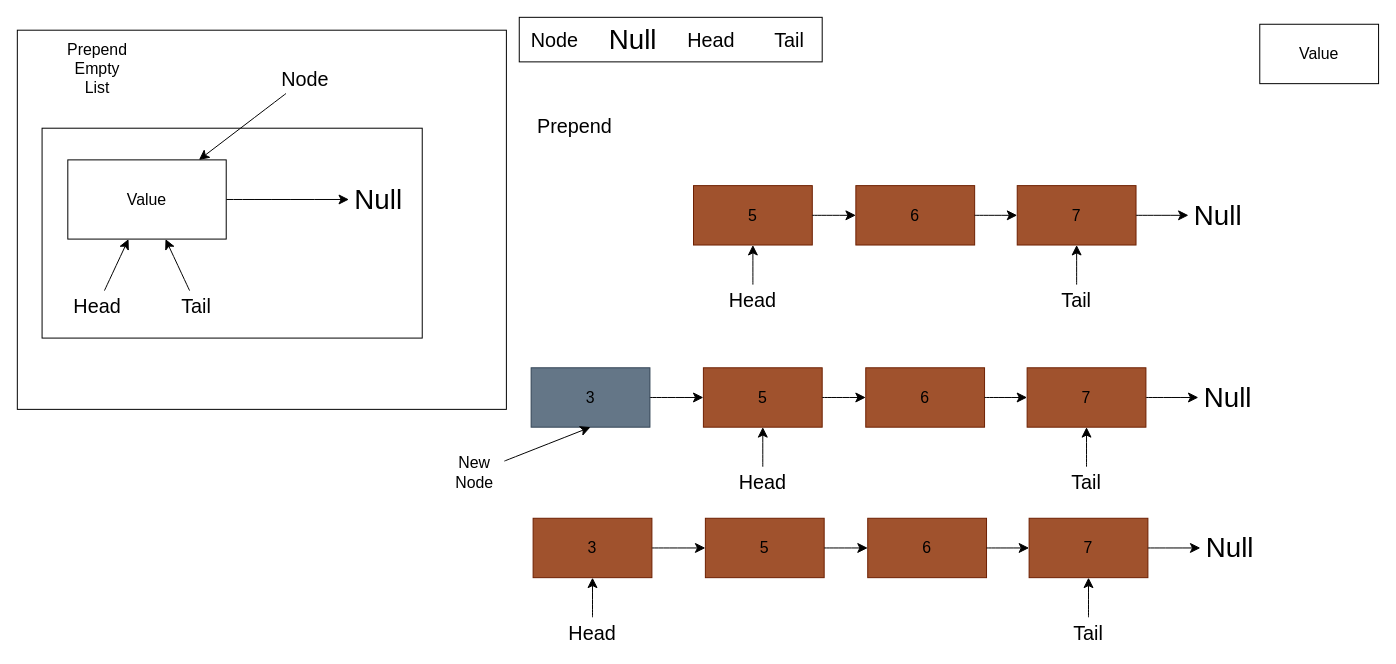
Above: page "Prepend" (1 of 4) of Visualizations/DsacJs.drawio in gabriel-logan/DsacJs (draw.io), before the change. Source tidied: cells renumbered, new cells numbered last; positions are measured from the earlier drawing's top-left corner, leaving out a move shared by most shapes. Both pictures are drawn from the tidied source at 99%, with x=0, y=0 at pixel (17, 17).
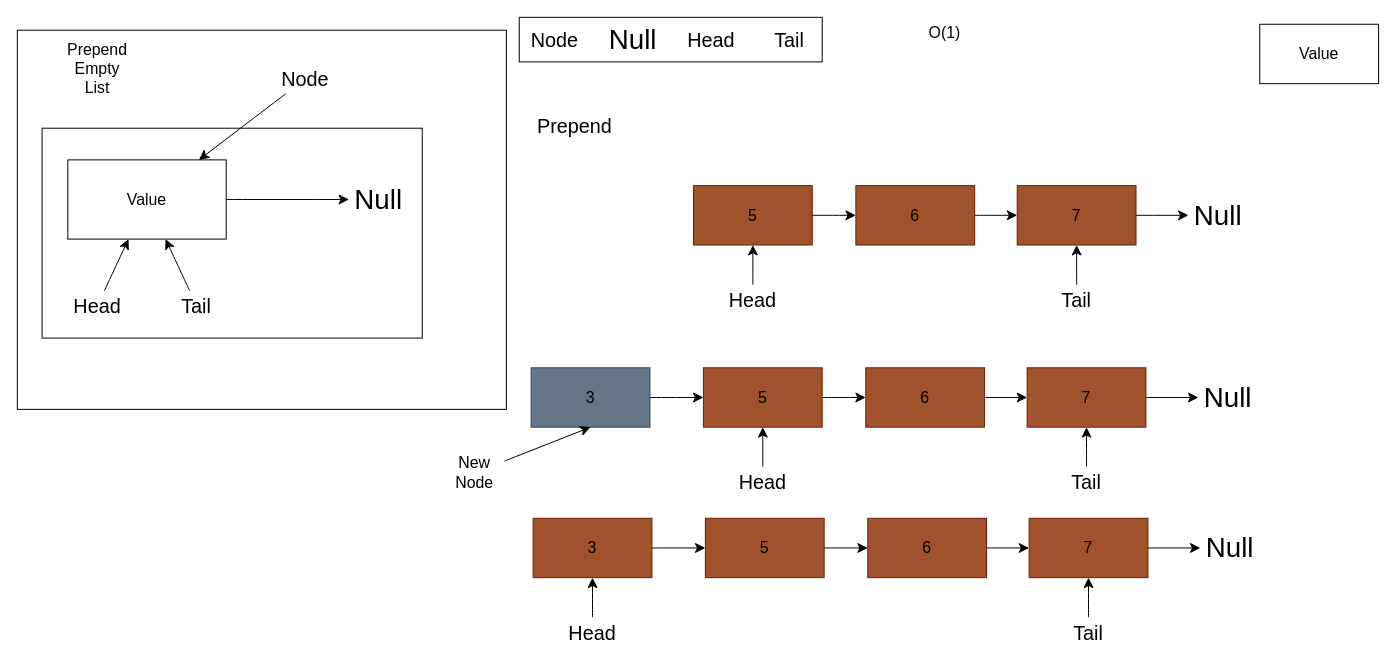
Above is the later version.

The edit, as a diff of the source:
```diff
@@
+    <mxCell id="87" value="O(1)" style="text;strokeColor=none;align=center;fillColor=none;html=1;verticalAlign=middle;whiteSpace=wrap;rounded=0;fontSize=16;" parent="1" vertex="1">
+      <mxGeometry x="907" width="60" height="30" as="geometry" />
+    </mxCell>
```
